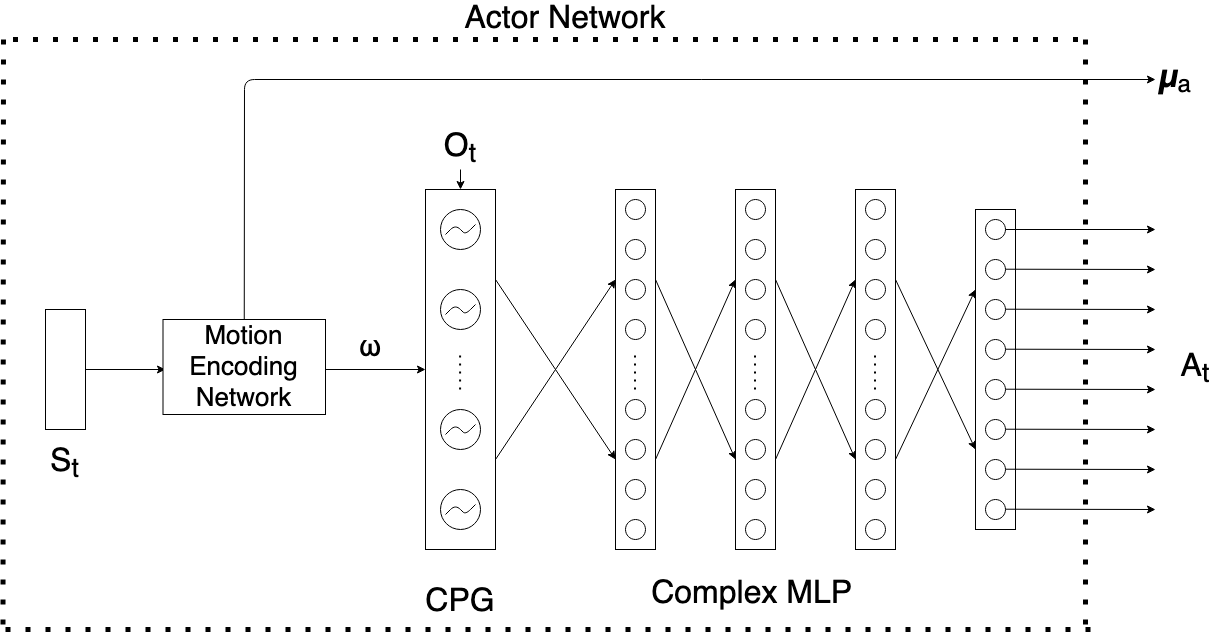
Earlier version of the draw.io export images/actor_t.png (shandilya1998/CPGController). Source tidied: cells renumbered, new cells last; positions are measured from the earlier drawing's top-left corner, leaving out a move shared by most shapes.
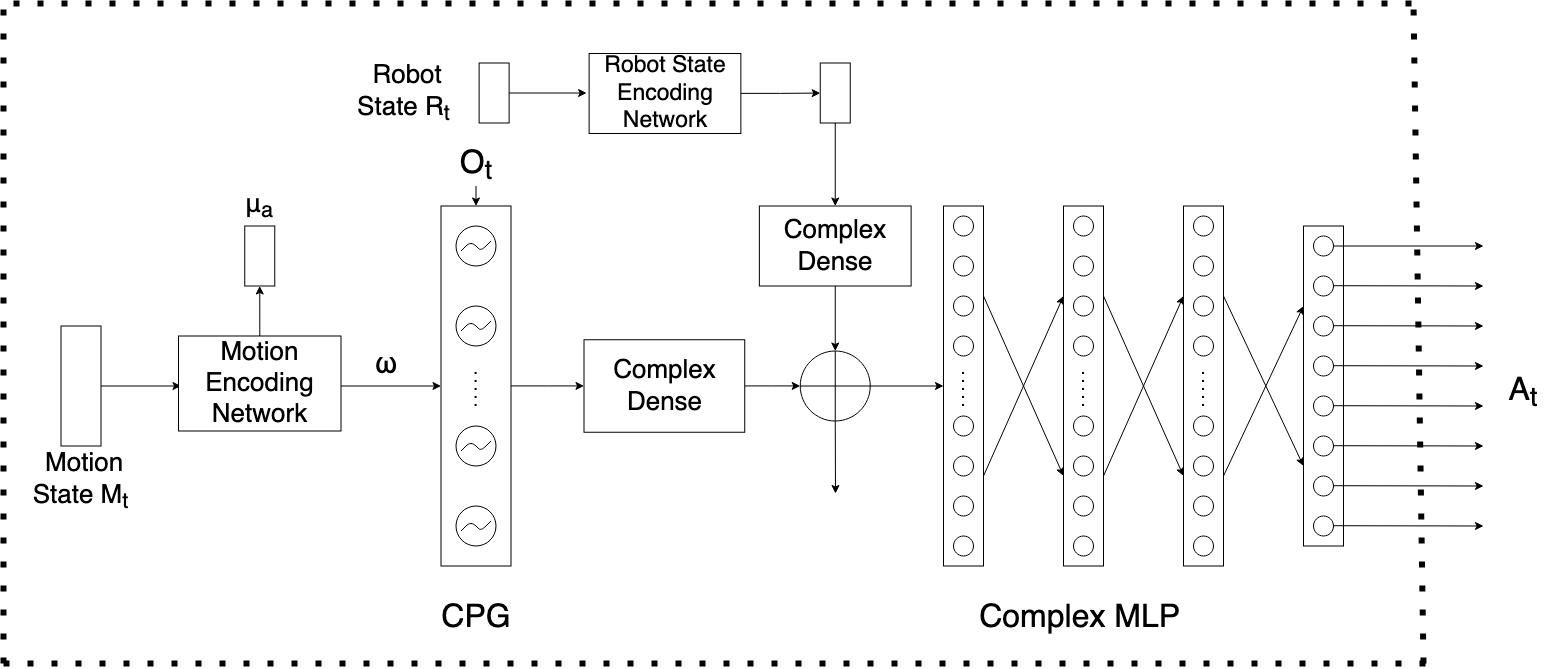
The same file after the commit.

What changed in the source:
```diff
@@ -199,147 +199,185 @@
         <mxPoint x="1153" y="500" as="targetPoint" />
       </mxGeometry>
     </mxCell>
-    <mxCell id="55" style="rounded=0;whiteSpace=wrap;html=1;" parent="1" vertex="1">
-      <mxGeometry x="423" y="180" width="70" height="360" as="geometry" />
+    <mxCell id="55" style="edgeStyle=orthogonalEdgeStyle;rounded=0;jettySize=auto;html=1;" parent="1" edge="1" source="56" target="79">
+      <mxGeometry relative="1" as="geometry" />
     </mxCell>
-    <mxCell id="56" style="ellipse;whiteSpace=wrap;html=1;" parent="1" vertex="1">
-      <mxGeometry x="438" y="200" width="40" height="40" as="geometry" />
+    <mxCell id="56" style="rounded=0;whiteSpace=wrap;html=1;" parent="1" vertex="1">
+      <mxGeometry x="110.5" y="180" width="70" height="360" as="geometry" />
     </mxCell>
-    <mxCell id="57" style="endArrow=none;html=1;" parent="1" edge="1">
-      <mxGeometry relative="1" as="geometry">
-        <mxPoint x="443" y="225" as="sourcePoint" />
-        <mxPoint x="473" y="215" as="targetPoint" />
-        <Array as="points">
-          <mxPoint x="453" y="215" />
-          <mxPoint x="463" y="225" />
-        </Array>
-      </mxGeometry>
+    <mxCell id="57" style="ellipse;whiteSpace=wrap;html=1;" parent="1" vertex="1">
+      <mxGeometry x="125.5" y="200" width="40" height="40" as="geometry" />
     </mxCell>
-    <mxCell id="58" style="ellipse;whiteSpace=wrap;html=1;" parent="1" vertex="1">
-      <mxGeometry x="438" y="280" width="40" height="40" as="geometry" />
+    <mxCell id="58" style="endArrow=none;html=1;" parent="1" edge="1">
+      <mxGeometry relative="1" as="geometry">
+        <mxPoint x="130.5" y="225" as="sourcePoint" />
+        <mxPoint x="160.5" y="215" as="targetPoint" />
+        <Array as="points">
+          <mxPoint x="140.5" y="215" />
+          <mxPoint x="150.5" y="225" />
+        </Array>
+      </mxGeometry>
     </mxCell>
-    <mxCell id="59" style="endArrow=none;html=1;" parent="1" edge="1">
-      <mxGeometry relative="1" as="geometry">
-        <mxPoint x="443" y="305" as="sourcePoint" />
-        <mxPoint x="473" y="295" as="targetPoint" />
-        <Array as="points">
-          <mxPoint x="453" y="295" />
-          <mxPoint x="463" y="305" />
-        </Array>
-      </mxGeometry>
+    <mxCell id="59" style="ellipse;whiteSpace=wrap;html=1;" parent="1" vertex="1">
+      <mxGeometry x="125.5" y="280" width="40" height="40" as="geometry" />
     </mxCell>
-    <mxCell id="60" style="ellipse;whiteSpace=wrap;html=1;" parent="1" vertex="1">
-      <mxGeometry x="438" y="400" width="40" height="40" as="geometry" />
+    <mxCell id="60" style="endArrow=none;html=1;" parent="1" edge="1">
+      <mxGeometry relative="1" as="geometry">
+        <mxPoint x="130.5" y="305" as="sourcePoint" />
+        <mxPoint x="160.5" y="295" as="targetPoint" />
+        <Array as="points">
+          <mxPoint x="140.5" y="295" />
+          <mxPoint x="150.5" y="305" />
+        </Array>
+      </mxGeometry>
     </mxCell>
-    <mxCell id="61" style="endArrow=none;html=1;" parent="1" edge="1">
-      <mxGeometry relative="1" as="geometry">
-        <mxPoint x="443" y="425" as="sourcePoint" />
-        <mxPoint x="473" y="415" as="targetPoint" />
-        <Array as="points">
-          <mxPoint x="453" y="415" />
-          <mxPoint x="463" y="425" />
-        </Array>
-      </mxGeometry>
+    <mxCell id="61" style="ellipse;whiteSpace=wrap;html=1;" parent="1" vertex="1">
+      <mxGeometry x="125.5" y="400" width="40" height="40" as="geometry" />
     </mxCell>
-    <mxCell id="62" style="ellipse;whiteSpace=wrap;html=1;" parent="1" vertex="1">
-      <mxGeometry x="438" y="480" width="40" height="40" as="geometry" />
+    <mxCell id="62" style="endArrow=none;html=1;" parent="1" edge="1">
+      <mxGeometry relative="1" as="geometry">
+        <mxPoint x="130.5" y="425" as="sourcePoint" />
+        <mxPoint x="160.5" y="415" as="targetPoint" />
+        <Array as="points">
+          <mxPoint x="140.5" y="415" />
+          <mxPoint x="150.5" y="425" />
+        </Array>
+      </mxGeometry>
     </mxCell>
-    <mxCell id="63" style="endArrow=none;html=1;" parent="1" edge="1">
-      <mxGeometry relative="1" as="geometry">
-        <mxPoint x="443" y="505" as="sourcePoint" />
-        <mxPoint x="473" y="495" as="targetPoint" />
-        <Array as="points">
-          <mxPoint x="453" y="495" />
-          <mxPoint x="463" y="505" />
-        </Array>
-      </mxGeometry>
+    <mxCell id="63" style="ellipse;whiteSpace=wrap;html=1;" parent="1" vertex="1">
+      <mxGeometry x="125.5" y="480" width="40" height="40" as="geometry" />
     </mxCell>
-    <mxCell id="64" style="endArrow=none;dashed=1;html=1;dashPattern=1 3;strokeWidth=2;" parent="1" edge="1">
+    <mxCell id="64" style="endArrow=none;html=1;" parent="1" edge="1">
       <mxGeometry relative="1" as="geometry">
-        <mxPoint x="457.6" y="380" as="sourcePoint" />
-        <mxPoint x="457.6" y="340" as="targetPoint" />
+        <mxPoint x="130.5" y="505" as="sourcePoint" />
+        <mxPoint x="160.5" y="495" as="targetPoint" />
+        <Array as="points">
+          <mxPoint x="140.5" y="495" />
+          <mxPoint x="150.5" y="505" />
+        </Array>
       </mxGeometry>
     </mxCell>
-    <mxCell id="65" style="endArrow=classic;html=1;exitX=1;exitY=0.25;exitDx=0;exitDy=0;entryX=0;entryY=0.75;entryDx=0;entryDy=0;" parent="1" edge="1" source="55" target="3">
-      <mxGeometry relative="1" as="geometry" />
+    <mxCell id="65" style="endArrow=none;dashed=1;html=1;dashPattern=1 3;strokeWidth=2;" parent="1" edge="1">
+      <mxGeometry relative="1" as="geometry">
+        <mxPoint x="145.1" y="380" as="sourcePoint" />
+        <mxPoint x="145.1" y="340" as="targetPoint" />
+      </mxGeometry>
     </mxCell>
-    <mxCell id="66" style="endArrow=classic;html=1;exitX=1;exitY=0.75;exitDx=0;exitDy=0;entryX=0;entryY=0.25;entryDx=0;entryDy=0;" parent="1" edge="1" source="55" target="3">
-      <mxGeometry relative="1" as="geometry" />
+    <mxCell id="66" style="endArrow=classic;html=1;entryX=0;entryY=0.5;entryDx=0;entryDy=0;exitX=1;exitY=0.5;exitDx=0;exitDy=0;" parent="1" edge="1" source="67">
+      <mxGeometry relative="1" as="geometry">
+        <mxPoint x="-149.5" y="360" as="targetPoint" />
+      </mxGeometry>
     </mxCell>
-    <mxCell id="67" style="endArrow=classic;html=1;entryX=0;entryY=0.5;entryDx=0;entryDy=0;exitX=1;exitY=0.5;exitDx=0;exitDy=0;" parent="1" edge="1" source="68">
-      <mxGeometry relative="1" as="geometry">
-        <mxPoint x="163" y="360" as="targetPoint" />
-      </mxGeometry>
+    <mxCell id="67" style="rounded=0;whiteSpace=wrap;html=1;" parent="1" vertex="1">
+      <mxGeometry x="-269.5" y="300" width="40" height="120" as="geometry" />
     </mxCell>
-    <mxCell id="68" style="rounded=0;whiteSpace=wrap;html=1;" parent="1" vertex="1">
-      <mxGeometry x="43" y="300" width="40" height="120" as="geometry" />
+    <mxCell id="68" value="&amp;nbsp;&lt;font style=&quot;font-size: 32px&quot;&gt;Complex &lt;/font&gt;&lt;font style=&quot;font-size: 32px&quot;&gt;MLP&lt;br&gt;&lt;/font&gt;" style="text;html=1;strokeColor=none;fillColor=none;align=center;verticalAlign=middle;whiteSpace=wrap;rounded=0;" parent="1" vertex="1">
+      <mxGeometry x="583" y="557.5" width="330" height="70" as="geometry" />
     </mxCell>
-    <mxCell id="69" value="&amp;nbsp;&lt;font style=&quot;font-size: 32px&quot;&gt;Complex &lt;/font&gt;&lt;font style=&quot;font-size: 32px&quot;&gt;MLP&lt;br&gt;&lt;/font&gt;" style="text;html=1;strokeColor=none;fillColor=none;align=center;verticalAlign=middle;whiteSpace=wrap;rounded=0;" parent="1" vertex="1">
-      <mxGeometry x="583" y="550" width="330" height="70" as="geometry" />
+    <mxCell id="69" value="&lt;font style=&quot;font-size: 32px&quot;&gt;CPG&lt;br&gt;&lt;/font&gt;" style="text;html=1;strokeColor=none;fillColor=none;align=center;verticalAlign=middle;whiteSpace=wrap;rounded=0;" parent="1" vertex="1">
+      <mxGeometry x="100.5" y="570" width="90" height="45" as="geometry" />
     </mxCell>
-    <mxCell id="70" value="&lt;font style=&quot;font-size: 32px&quot;&gt;CPG&lt;br&gt;&lt;/font&gt;" style="text;html=1;strokeColor=none;fillColor=none;align=center;verticalAlign=middle;whiteSpace=wrap;rounded=0;" parent="1" vertex="1">
-      <mxGeometry x="413" y="570" width="90" height="45" as="geometry" />
+    <mxCell id="70" style="endArrow=classic;html=1;exitX=1;exitY=0.5;exitDx=0;exitDy=0;entryX=0;entryY=0.5;entryDx=0;entryDy=0;" parent="1" edge="1" target="56">
+      <mxGeometry relative="1" as="geometry">
+        <mxPoint x="10.5" y="360" as="sourcePoint" />
+      </mxGeometry>
     </mxCell>
-    <mxCell id="71" style="endArrow=none;dashed=1;html=1;dashPattern=1 3;strokeWidth=5;" parent="1" edge="1">
-      <mxGeometry relative="1" as="geometry">
-        <mxPoint x="3" y="620" as="sourcePoint" />
-        <mxPoint x="1093" y="620" as="targetPoint" />
-      </mxGeometry>
+    <mxCell id="71" value="&lt;font style=&quot;font-size: 30px&quot;&gt;ω&lt;/font&gt;&lt;font style=&quot;font-size: 30px&quot;&gt;&lt;span class=&quot;aCOpRe&quot;&gt;&lt;span&gt;&lt;/span&gt;&lt;/span&gt;&lt;/font&gt;&lt;font style=&quot;font-size: 30px&quot; size=&quot;1&quot;&gt;&lt;sub&gt;&lt;span style=&quot;font-size: 20px&quot;&gt;&lt;/span&gt;&lt;/sub&gt;&lt;/font&gt;" style="text;html=1;strokeColor=none;fillColor=none;align=center;verticalAlign=middle;whiteSpace=wrap;rounded=0;" parent="1" vertex="1">
+      <mxGeometry x="10.5" y="330" width="90" height="20" as="geometry" />
     </mxCell>
-    <mxCell id="72" style="endArrow=none;dashed=1;html=1;dashPattern=1 3;strokeWidth=5;" parent="1" edge="1">
-      <mxGeometry relative="1" as="geometry">
-        <mxPoint x="0.5" y="615" as="sourcePoint" />
-        <mxPoint x="1" y="30" as="targetPoint" />
-      </mxGeometry>
+    <mxCell id="72" value="&lt;font style=&quot;font-size: 32px&quot;&gt;A&lt;sub&gt;t&lt;/sub&gt;&lt;/font&gt;" style="text;html=1;strokeColor=none;fillColor=none;align=center;verticalAlign=middle;whiteSpace=wrap;rounded=0;" parent="1" vertex="1">
+      <mxGeometry x="1163" y="332.5" width="60" height="70" as="geometry" />
     </mxCell>
-    <mxCell id="73" style="endArrow=none;dashed=1;html=1;dashPattern=1 3;strokeWidth=5;" parent="1" edge="1">
-      <mxGeometry relative="1" as="geometry">
-        <mxPoint x="10.5" y="30" as="sourcePoint" />
-        <mxPoint x="1090.5" y="30" as="targetPoint" />
-      </mxGeometry>
+    <mxCell id="73" value="&lt;font style=&quot;font-size: 26px&quot;&gt;&amp;nbsp;Motion &lt;font style=&quot;font-size: 26px&quot;&gt;State&lt;/font&gt;&lt;font style=&quot;font-size: 26px&quot;&gt; M&lt;sub&gt;t&lt;/sub&gt;&lt;br&gt;&lt;/font&gt;&lt;/font&gt;" style="text;html=1;strokeColor=none;fillColor=none;align=center;verticalAlign=middle;whiteSpace=wrap;rounded=0;" parent="1" vertex="1">
+      <mxGeometry x="-312" y="420" width="125" height="70" as="geometry" />
     </mxCell>
-    <mxCell id="74" style="endArrow=none;dashed=1;html=1;dashPattern=1 3;strokeWidth=5;" parent="1" edge="1">
-      <mxGeometry relative="1" as="geometry">
-        <mxPoint x="1083" y="30" as="sourcePoint" />
-        <mxPoint x="1083" y="620" as="targetPoint" />
-      </mxGeometry>
+    <mxCell id="74" value="&lt;font style=&quot;font-size: 32px&quot;&gt;&lt;font style=&quot;font-size: 32px&quot;&gt;O&lt;sub&gt;t&lt;/sub&gt;&lt;/font&gt;&lt;/font&gt;" style="text;html=1;strokeColor=none;fillColor=none;align=center;verticalAlign=middle;whiteSpace=wrap;rounded=0;" parent="1" vertex="1">
+      <mxGeometry x="110.5" y="120" width="70" height="40" as="geometry" />
     </mxCell>
-    <mxCell id="75" style="endArrow=classic;html=1;exitX=1;exitY=0.5;exitDx=0;exitDy=0;entryX=0;entryY=0.5;entryDx=0;entryDy=0;" parent="1" edge="1" target="55">
-      <mxGeometry relative="1" as="geometry">
-        <mxPoint x="323" y="360" as="sourcePoint" />
-      </mxGeometry>
+    <mxCell id="75" style="endArrow=classic;html=1;exitX=0.5;exitY=1;exitDx=0;exitDy=0;entryX=0.5;entryY=0;entryDx=0;entryDy=0;" parent="1" edge="1" source="74" target="56">
+      <mxGeometry relative="1" as="geometry" />
     </mxCell>
-    <mxCell id="76" value="&lt;font style=&quot;font-size: 30px&quot;&gt;ω&lt;/font&gt;&lt;font style=&quot;font-size: 30px&quot;&gt;&lt;span class=&quot;aCOpRe&quot;&gt;&lt;span&gt;&lt;/span&gt;&lt;/span&gt;&lt;/font&gt;&lt;font style=&quot;font-size: 30px&quot; size=&quot;1&quot;&gt;&lt;sub&gt;&lt;span style=&quot;font-size: 20px&quot;&gt;&lt;/span&gt;&lt;/sub&gt;&lt;/font&gt;" style="text;html=1;strokeColor=none;fillColor=none;align=center;verticalAlign=middle;whiteSpace=wrap;rounded=0;" parent="1" vertex="1">
-      <mxGeometry x="323" y="330" width="90" height="20" as="geometry" />
+    <mxCell id="76" style="edgeStyle=orthogonalEdgeStyle;rounded=0;jettySize=auto;html=1;entryX=0.5;entryY=1;entryDx=0;entryDy=0;" parent="1" edge="1" source="77" target="84">
+      <mxGeometry relative="1" as="geometry" />
     </mxCell>
-    <mxCell id="77" value="&lt;font style=&quot;font-size: 32px&quot;&gt;A&lt;sub&gt;t&lt;/sub&gt;&lt;/font&gt;" style="text;html=1;strokeColor=none;fillColor=none;align=center;verticalAlign=middle;whiteSpace=wrap;rounded=0;" parent="1" vertex="1">
-      <mxGeometry x="1163" y="325" width="60" height="70" as="geometry" />
+    <mxCell id="77" value="&lt;font style=&quot;font-size: 26px&quot;&gt;Motion Encoding Network&lt;/font&gt;" style="rounded=0;whiteSpace=wrap;html=1;" parent="1" vertex="1">
+      <mxGeometry x="-152" y="310" width="162.5" height="95" as="geometry" />
     </mxCell>
-    <mxCell id="78" value="&lt;font style=&quot;font-size: 32px&quot;&gt;S&lt;sub&gt;t&lt;/sub&gt;&lt;/font&gt;" style="text;html=1;strokeColor=none;fillColor=none;align=center;verticalAlign=middle;whiteSpace=wrap;rounded=0;" parent="1" vertex="1">
-      <mxGeometry x="30.5" y="420" width="65" height="70" as="geometry" />
+    <mxCell id="78" style="edgeStyle=orthogonalEdgeStyle;rounded=0;jettySize=auto;html=1;" parent="1" edge="1" source="79" target="80">
+      <mxGeometry relative="1" as="geometry" />
     </mxCell>
-    <mxCell id="79" value="&lt;font style=&quot;font-size: 32px&quot;&gt;&lt;font style=&quot;font-size: 32px&quot;&gt;O&lt;sub&gt;t&lt;/sub&gt;&lt;/font&gt;&lt;/font&gt;" style="text;html=1;strokeColor=none;fillColor=none;align=center;verticalAlign=middle;whiteSpace=wrap;rounded=0;" parent="1" vertex="1">
-      <mxGeometry x="423" y="120" width="70" height="40" as="geometry" />
+    <mxCell id="79" value="&lt;font style=&quot;font-size: 26px&quot;&gt;Complex Dense&lt;br&gt;&lt;/font&gt;" style="whiteSpace=wrap;html=1;rounded=0;" parent="1" vertex="1">
+      <mxGeometry x="253.5" y="313.8" width="160.8" height="92.5" as="geometry" />
     </mxCell>
-    <mxCell id="80" style="endArrow=classic;html=1;exitX=0.5;exitY=1;exitDx=0;exitDy=0;entryX=0.5;entryY=0;entryDx=0;entryDy=0;" parent="1" edge="1" source="79" target="55">
-      <mxGeometry relative="1" as="geometry" />
+    <mxCell id="80" style="verticalLabelPosition=bottom;verticalAlign=top;html=1;shape=mxgraph.flowchart.summing_function;" parent="1" vertex="1">
+      <mxGeometry x="469.8" y="325" width="70" height="70" as="geometry" />
     </mxCell>
-    <mxCell id="81" value="&lt;font style=&quot;font-size: 32px&quot;&gt;Actor Network&lt;br&gt;&lt;/font&gt;" style="text;html=1;strokeColor=none;fillColor=none;align=center;verticalAlign=middle;whiteSpace=wrap;rounded=0;" parent="1" vertex="1">
-      <mxGeometry x="443" width="240" height="20" as="geometry" />
+    <mxCell id="81" style="edgeStyle=orthogonalEdgeStyle;rounded=0;jettySize=auto;html=1;" parent="1" edge="1" source="82" target="80">
+      <mxGeometry relative="1" as="geometry" />
     </mxCell>
-    <mxCell id="82" value="&lt;font style=&quot;font-size: 26px&quot;&gt;Motion Encoding Network&lt;/font&gt;" style="rounded=0;whiteSpace=wrap;html=1;" parent="1" vertex="1">
-      <mxGeometry x="160.5" y="310" width="162.5" height="95" as="geometry" />
+    <mxCell id="82" value="&lt;font style=&quot;font-size: 26px&quot;&gt;Complex Dense&lt;/font&gt;" style="whiteSpace=wrap;html=1;rounded=0;" parent="1" vertex="1">
+      <mxGeometry x="428.9" y="180" width="151.8" height="80" as="geometry" />
     </mxCell>
-    <mxCell id="83" style="endArrow=classic;html=1;exitX=0.5;exitY=0;exitDx=0;exitDy=0;" parent="1" edge="1" source="82">
-      <mxGeometry relative="1" as="geometry">
-        <mxPoint x="1153" y="70" as="targetPoint" />
-        <Array as="points">
-          <mxPoint x="242" y="70" />
-        </Array>
-      </mxGeometry>
+    <mxCell id="83" style="endArrow=classic;html=1;exitX=1;exitY=0.5;exitDx=0;exitDy=0;exitPerimeter=0;entryX=0;entryY=0.5;entryDx=0;entryDy=0;" parent="1" edge="1" source="80" target="3">
+      <mxGeometry relative="1" as="geometry" />
     </mxCell>
-    <mxCell id="84" value="&lt;font style=&quot;font-size: 32px&quot;&gt;&lt;span class=&quot;ILfuVd NA6bn&quot;&gt;&lt;span class=&quot;hgKElc&quot;&gt;&lt;b&gt;µ&lt;/b&gt;&lt;/span&gt;&lt;/span&gt;&lt;/font&gt;&lt;font style=&quot;font-size: 24px&quot;&gt;&lt;sub&gt;&lt;font style=&quot;font-size: 24px&quot;&gt;a&lt;/font&gt;&lt;/sub&gt;&lt;/font&gt;" style="text;html=1;strokeColor=none;fillColor=none;align=center;verticalAlign=middle;whiteSpace=wrap;rounded=0;" parent="1" vertex="1">
-      <mxGeometry x="1153" y="60" width="40" height="20" as="geometry" />
+    <mxCell id="84" style="rounded=0;whiteSpace=wrap;html=1;" parent="1" vertex="1">
+      <mxGeometry x="-85.8" y="200" width="30" height="60" as="geometry" />
     </mxCell>
+    <mxCell id="85" value="&lt;font style=&quot;font-size: 26px&quot;&gt;&lt;span class=&quot;ILfuVd NA6bn&quot;&gt;&lt;span class=&quot;hgKElc&quot;&gt;μ&lt;sub&gt;a&lt;/sub&gt;&lt;/span&gt;&lt;/span&gt;&lt;/font&gt;" style="text;html=1;strokeColor=none;fillColor=none;align=center;verticalAlign=middle;whiteSpace=wrap;rounded=0;" parent="1" vertex="1">
+      <mxGeometry x="-90.8" y="170" width="40" height="20" as="geometry" />
+    </mxCell>
+    <mxCell id="86" style="edgeStyle=orthogonalEdgeStyle;rounded=0;jettySize=auto;html=1;" parent="1" edge="1" source="87">
+      <mxGeometry relative="1" as="geometry">
+        <mxPoint x="256.1" y="67" as="targetPoint" />
+      </mxGeometry>
+    </mxCell>
+    <mxCell id="87" style="rounded=0;whiteSpace=wrap;html=1;" parent="1" vertex="1">
+      <mxGeometry x="148.6" y="37" width="30" height="60" as="geometry" />
+    </mxCell>
+    <mxCell id="88" value="&lt;font style=&quot;font-size: 26px&quot;&gt;&amp;nbsp;Robot &lt;font style=&quot;font-size: 26px&quot;&gt;State&lt;/font&gt;&lt;font style=&quot;font-size: 26px&quot;&gt; R&lt;sub&gt;t&lt;/sub&gt;&lt;br&gt;&lt;/font&gt;&lt;/font&gt;" style="text;html=1;strokeColor=none;fillColor=none;align=center;verticalAlign=middle;whiteSpace=wrap;rounded=0;" parent="1" vertex="1">
+      <mxGeometry x="3" y="38" width="141.2" height="59" as="geometry" />
+    </mxCell>
+    <mxCell id="89" style="edgeStyle=orthogonalEdgeStyle;rounded=0;jettySize=auto;html=1;" parent="1" edge="1" source="90" target="92">
+      <mxGeometry relative="1" as="geometry" />
+    </mxCell>
+    <mxCell id="90" value="&lt;font style=&quot;font-size: 23px&quot;&gt;Robot State Encoding Network&lt;/font&gt;" style="whiteSpace=wrap;html=1;rounded=0;" parent="1" vertex="1">
+      <mxGeometry x="258.6" y="27.5" width="151.8" height="80" as="geometry" />
+    </mxCell>
+    <mxCell id="91" style="edgeStyle=orthogonalEdgeStyle;rounded=0;jettySize=auto;html=1;" parent="1" edge="1" source="92" target="82">
+      <mxGeometry relative="1" as="geometry" />
+    </mxCell>
+    <mxCell id="92" style="rounded=0;whiteSpace=wrap;html=1;" parent="1" vertex="1">
+      <mxGeometry x="489.8" y="37" width="30" height="60" as="geometry" />
+    </mxCell>
+    <mxCell id="93" style="endArrow=classic;html=1;exitX=0.5;exitY=1;exitDx=0;exitDy=0;exitPerimeter=0;" parent="1" edge="1" source="80">
+      <mxGeometry relative="1" as="geometry">
+        <mxPoint x="505" y="467.5" as="targetPoint" />
+      </mxGeometry>
+    </mxCell>
+    <mxCell id="94" style="endArrow=none;dashed=1;html=1;dashPattern=1 3;strokeWidth=6;" parent="1" edge="1">
+      <mxGeometry relative="1" as="geometry">
+        <mxPoint x="-327" y="637.5" as="sourcePoint" />
+        <mxPoint x="1103" y="637.5" as="targetPoint" />
+      </mxGeometry>
+    </mxCell>
+    <mxCell id="95" style="endArrow=none;dashed=1;html=1;dashPattern=1 3;strokeWidth=6;" parent="1" edge="1">
+      <mxGeometry relative="1" as="geometry">
+        <mxPoint x="-327" y="637.5" as="sourcePoint" />
+        <mxPoint x="-327" y="-22.5" as="targetPoint" />
+      </mxGeometry>
+    </mxCell>
+    <mxCell id="96" style="endArrow=none;dashed=1;html=1;dashPattern=1 3;strokeWidth=6;" parent="1" edge="1">
+      <mxGeometry relative="1" as="geometry">
+        <mxPoint x="-317" y="-22.5" as="sourcePoint" />
+        <mxPoint x="1093" y="-22.5" as="targetPoint" />
+      </mxGeometry>
+    </mxCell>
+    <mxCell id="97" style="endArrow=none;dashed=1;html=1;dashPattern=1 3;strokeWidth=6;" parent="1" edge="1">
+      <mxGeometry relative="1" as="geometry">
+        <mxPoint x="1093" y="637.5" as="sourcePoint" />
+        <mxPoint x="1083" y="-22.5" as="targetPoint" />
+      </mxGeometry>
+    </mxCell>
   </root>
 </mxGraphModel>
```
